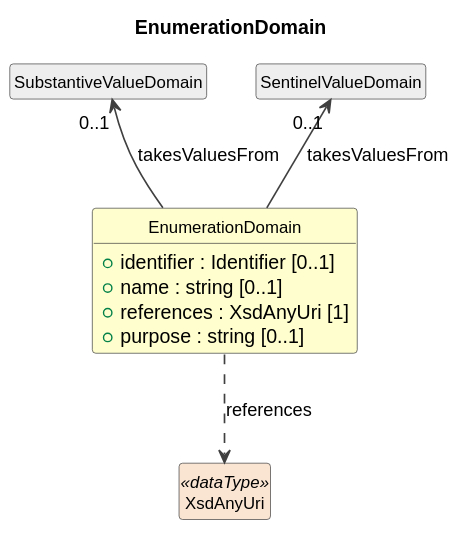
Earlier version of the PlantUML export cdif-uml-model/CDIFDataDescription/Classes/EnumerationDomain.svg (Cross-Domain-Interoperability-Framework/metadataBuildingBlocks). Source of this version:
```plantuml
@startuml
title EnumerationDomain
hide circle
hide empty members
skinparam shadowing false
skinparam ArrowThickness 1.2
skinparam class {
  ArrowColor #404040
  BorderColor #404040
  FontSize 12
}

class "EnumerationDomain" as EnumerationDomain #FEFECE {
  +identifier : Identifier [0..1]
  +name : string [0..1]
  +references : XsdAnyUri [1]
  +purpose : string [0..1]
}
class "SubstantiveValueDomain" as SubstantiveValueDomain #EEEEEE
SubstantiveValueDomain "0..1" <-- EnumerationDomain : takesValuesFrom
class "SentinelValueDomain" as SentinelValueDomain #EEEEEE
SentinelValueDomain "0..1" <-- EnumerationDomain : takesValuesFrom
class "XsdAnyUri" as XsdAnyUri <<dataType>> #FAE5D3
EnumerationDomain ..> XsdAnyUri : references
@enduml
```
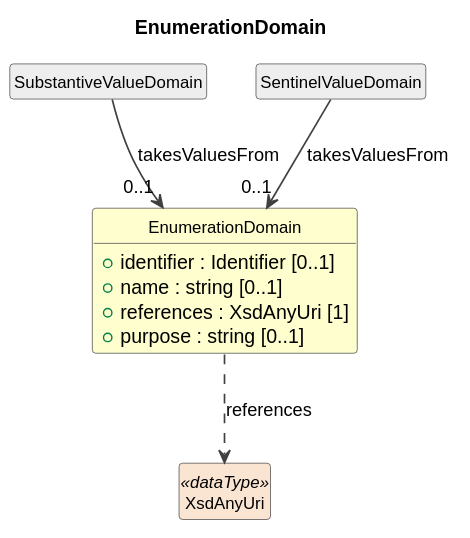
Later version of the same file.

Diff of the diagram source:
```diff
@@ -17,9 +17,9 @@
   +purpose : string [0..1]
 }
 class "SubstantiveValueDomain" as SubstantiveValueDomain #EEEEEE
-SubstantiveValueDomain "0..1" <-- EnumerationDomain : takesValuesFrom
+SubstantiveValueDomain --> "0..1" EnumerationDomain : takesValuesFrom
 class "SentinelValueDomain" as SentinelValueDomain #EEEEEE
-SentinelValueDomain "0..1" <-- EnumerationDomain : takesValuesFrom
+SentinelValueDomain --> "0..1" EnumerationDomain : takesValuesFrom
 class "XsdAnyUri" as XsdAnyUri <<dataType>> #FAE5D3
 EnumerationDomain ..> XsdAnyUri : references
 @enduml
```
